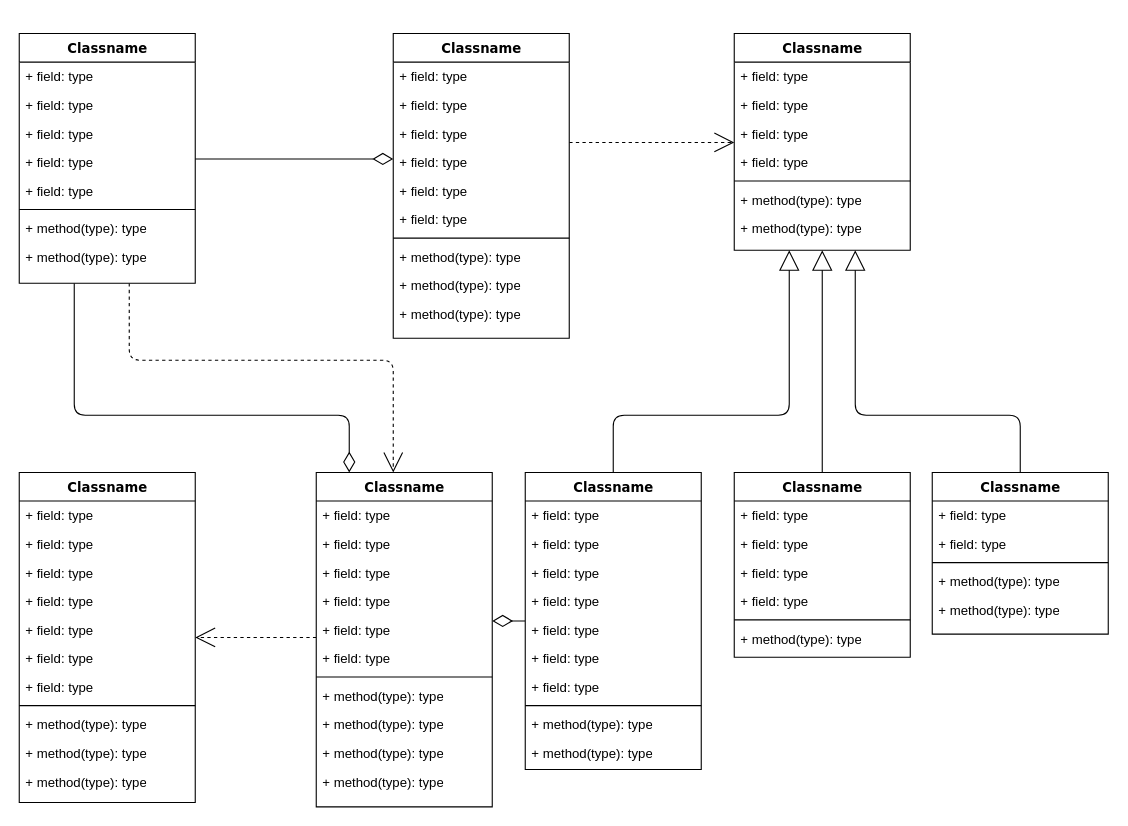
blagass/student-tracker keeps this draw.io diagram as TermTracker.drawio. Above is the earlier version. Source tidied: cells renumbered, new cells numbered last; positions are measured from the earlier drawing's top-left corner, leaving out a move shared by most shapes. Both pictures are drawn from the tidied source at 110%, with x=0, y=0 at pixel (19, 33).
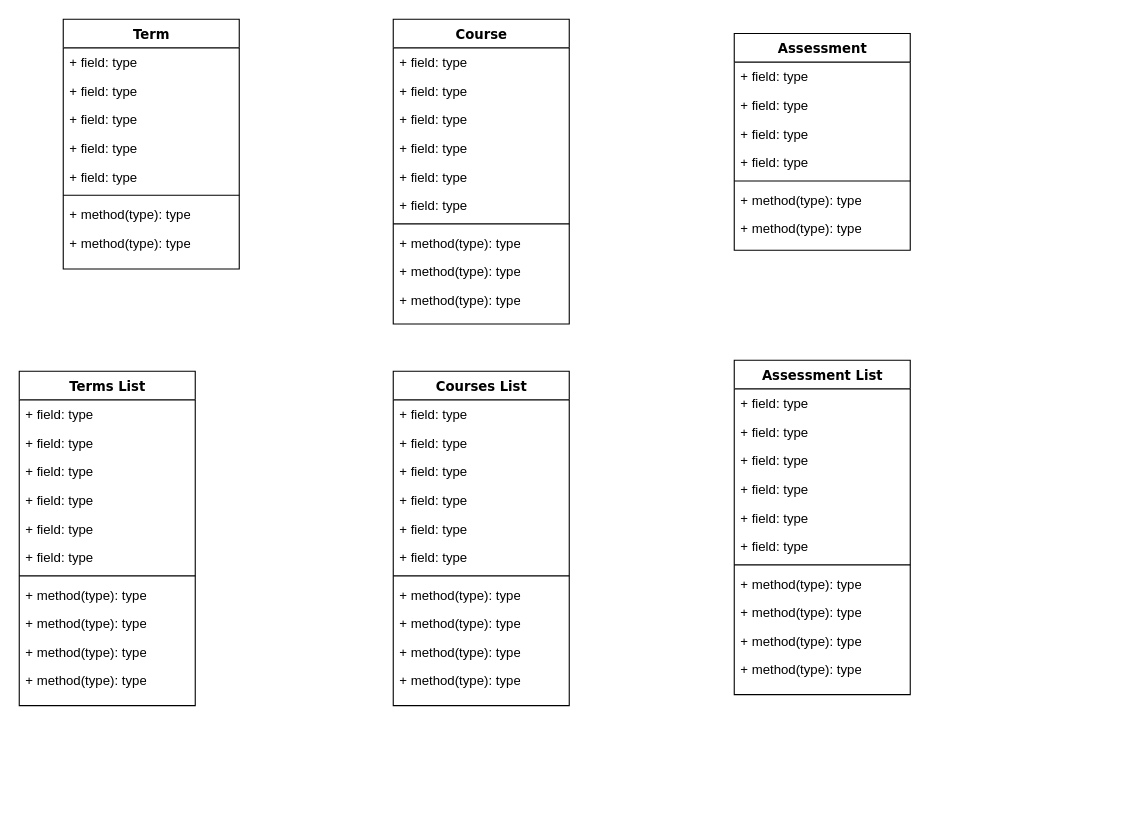
Above is the later version.

Diff of the diagram source:
```diff
@@
-    <mxCell id="2" style="edgeStyle=orthogonalEdgeStyle;html=1;labelBackgroundColor=none;startFill=0;startSize=8;endArrow=open;endFill=0;endSize=16;fontFamily=Verdana;fontSize=12;dashed=1;" parent="1" edge="1" source="4" target="47">
-      <mxGeometry relative="1" as="geometry">
-        <Array as="points">
-          <mxPoint x="100" y="297" />
-          <mxPoint x="340" y="297" />
-        </Array>
-      </mxGeometry>
-    </mxCell>
-    <mxCell id="3" style="edgeStyle=orthogonalEdgeStyle;html=1;labelBackgroundColor=none;startFill=0;startSize=8;endArrow=diamondThin;endFill=0;endSize=16;fontFamily=Verdana;fontSize=12;" parent="1" edge="1" source="4" target="47">
-      <mxGeometry relative="1" as="geometry">
-        <Array as="points">
-          <mxPoint x="50" y="347" />
-          <mxPoint x="300" y="347" />
-        </Array>
-      </mxGeometry>
-    </mxCell>
-    <mxCell id="4" value="Classname" style="swimlane;html=1;fontStyle=1;align=center;verticalAlign=top;horizontal=1;startSize=26;swimlaneFillColor=#ffffff;rounded=0;shadow=0;comic=0;labelBackgroundColor=none;strokeWidth=1;fillColor=none;fontFamily=Verdana;fontSize=12;" parent="1" vertex="1">
-      <mxGeometry width="160" height="227" as="geometry" />
+    <mxCell id="4" value="Term" style="swimlane;html=1;fontStyle=1;align=center;verticalAlign=top;horizontal=1;startSize=26;swimlaneFillColor=#ffffff;rounded=0;shadow=0;comic=0;labelBackgroundColor=none;strokeWidth=1;fillColor=none;fontFamily=Verdana;fontSize=12;" parent="1" vertex="1">
+      <mxGeometry x="40" y="-13" width="160" height="227" as="geometry" />
     </mxCell>
@@
-    <mxCell id="13" style="edgeStyle=elbowEdgeStyle;html=1;labelBackgroundColor=none;startFill=0;startSize=8;endArrow=open;endFill=0;endSize=16;fontFamily=Verdana;fontSize=12;elbow=vertical;dashed=1;" parent="1" edge="1" source="14" target="25">
-      <mxGeometry relative="1" as="geometry" />
-    </mxCell>
-    <mxCell id="14" value="Classname" style="swimlane;html=1;fontStyle=1;align=center;verticalAlign=top;horizontal=1;startSize=26;swimlaneFillColor=#ffffff;rounded=0;shadow=0;comic=0;labelBackgroundColor=none;strokeWidth=1;fillColor=none;fontFamily=Verdana;fontSize=12;" parent="1" vertex="1">
-      <mxGeometry x="340" width="160" height="277" as="geometry" />
+    <mxCell id="14" value="Course" style="swimlane;html=1;fontStyle=1;align=center;verticalAlign=top;horizontal=1;startSize=26;swimlaneFillColor=#ffffff;rounded=0;shadow=0;comic=0;labelBackgroundColor=none;strokeWidth=1;fillColor=none;fontFamily=Verdana;fontSize=12;" parent="1" vertex="1">
+      <mxGeometry x="340" y="-13" width="160" height="277" as="geometry" />
     </mxCell>
@@
-    <mxCell id="25" value="Classname" style="swimlane;html=1;fontStyle=1;align=center;verticalAlign=top;horizontal=1;startSize=26;swimlaneFillColor=#ffffff;rounded=0;shadow=0;comic=0;labelBackgroundColor=none;strokeWidth=1;fillColor=none;fontFamily=Verdana;fontSize=12;" parent="1" vertex="1">
+    <mxCell id="25" value="Assessment" style="swimlane;html=1;fontStyle=1;align=center;verticalAlign=top;horizontal=1;startSize=26;swimlaneFillColor=#ffffff;rounded=0;shadow=0;comic=0;labelBackgroundColor=none;strokeWidth=1;fillColor=none;fontFamily=Verdana;fontSize=12;" parent="1" vertex="1">
       <mxGeometry x="650" width="160" height="197" as="geometry" />
     </mxCell>
@@
-    <mxCell id="33" style="edgeStyle=elbowEdgeStyle;html=1;labelBackgroundColor=none;startFill=0;startSize=8;endArrow=open;endFill=0;endSize=16;fontFamily=Verdana;fontSize=12;elbow=vertical;dashed=1;" parent="1" edge="1" source="47" target="34">
-      <mxGeometry relative="1" as="geometry" />
-    </mxCell>
-    <mxCell id="34" value="Classname" style="swimlane;html=1;fontStyle=1;align=center;verticalAlign=top;horizontal=1;startSize=26;swimlaneFillColor=#ffffff;rounded=0;shadow=0;comic=0;labelBackgroundColor=none;strokeWidth=1;fillColor=none;fontFamily=Verdana;fontSize=12;" parent="1" vertex="1">
-      <mxGeometry y="399" width="160" height="300" as="geometry" />
-    </mxCell>
-    <mxCell id="35" value="+ field: type" style="text;html=1;strokeColor=none;fillColor=none;align=left;verticalAlign=top;spacingLeft=4;spacingRight=4;whiteSpace=wrap;overflow=hidden;" parent="34" vertex="1">
-      <mxGeometry y="26" width="160" height="26" as="geometry" />
-    </mxCell>
-    <mxCell id="36" value="+ field: type" style="text;html=1;strokeColor=none;fillColor=none;align=left;verticalAlign=top;spacingLeft=4;spacingRight=4;whiteSpace=wrap;overflow=hidden;" parent="34" vertex="1">
-      <mxGeometry y="52" width="160" height="26" as="geometry" />
-    </mxCell>
-    <mxCell id="37" value="+ field: type" style="text;html=1;strokeColor=none;fillColor=none;align=left;verticalAlign=top;spacingLeft=4;spacingRight=4;whiteSpace=wrap;overflow=hidden;" parent="34" vertex="1">
-      <mxGeometry y="78" width="160" height="26" as="geometry" />
-    </mxCell>
-    <mxCell id="38" value="+ field: type" style="text;html=1;strokeColor=none;fillColor=none;align=left;verticalAlign=top;spacingLeft=4;spacingRight=4;whiteSpace=wrap;overflow=hidden;" parent="34" vertex="1">
-      <mxGeometry y="104" width="160" height="26" as="geometry" />
-    </mxCell>
-    <mxCell id="39" value="+ field: type" style="text;html=1;strokeColor=none;fillColor=none;align=left;verticalAlign=top;spacingLeft=4;spacingRight=4;whiteSpace=wrap;overflow=hidden;" parent="34" vertex="1">
-      <mxGeometry y="130" width="160" height="26" as="geometry" />
-    </mxCell>
-    <mxCell id="40" value="+ field: type" style="text;html=1;strokeColor=none;fillColor=none;align=left;verticalAlign=top;spacingLeft=4;spacingRight=4;whiteSpace=wrap;overflow=hidden;" parent="34" vertex="1">
-      <mxGeometry y="156" width="160" height="26" as="geometry" />
-    </mxCell>
-    <mxCell id="41" value="+ field: type" style="text;html=1;strokeColor=none;fillColor=none;align=left;verticalAlign=top;spacingLeft=4;spacingRight=4;whiteSpace=wrap;overflow=hidden;" parent="34" vertex="1">
-      <mxGeometry y="182" width="160" height="26" as="geometry" />
-    </mxCell>
-    <mxCell id="42" style="line;html=1;strokeWidth=1;fillColor=none;align=left;verticalAlign=middle;spacingTop=-1;spacingLeft=3;spacingRight=3;labelPosition=right;" parent="34" vertex="1">
-      <mxGeometry y="208" width="160" height="8" as="geometry" />
-    </mxCell>
-    <mxCell id="43" value="+ method(type): type" style="text;html=1;strokeColor=none;fillColor=none;align=left;verticalAlign=top;spacingLeft=4;spacingRight=4;whiteSpace=wrap;overflow=hidden;" parent="34" vertex="1">
-      <mxGeometry y="216" width="160" height="26" as="geometry" />
-    </mxCell>
-    <mxCell id="44" value="+ method(type): type" style="text;html=1;strokeColor=none;fillColor=none;align=left;verticalAlign=top;spacingLeft=4;spacingRight=4;whiteSpace=wrap;overflow=hidden;" parent="34" vertex="1">
-      <mxGeometry y="242" width="160" height="26" as="geometry" />
-    </mxCell>
-    <mxCell id="45" value="+ method(type): type" style="text;html=1;strokeColor=none;fillColor=none;align=left;verticalAlign=top;spacingLeft=4;spacingRight=4;whiteSpace=wrap;overflow=hidden;" parent="34" vertex="1">
-      <mxGeometry y="268" width="160" height="26" as="geometry" />
-    </mxCell>
-    <mxCell id="46" style="edgeStyle=elbowEdgeStyle;html=1;labelBackgroundColor=none;startFill=0;startSize=8;endArrow=diamondThin;endFill=0;endSize=16;fontFamily=Verdana;fontSize=12;elbow=vertical;" parent="1" edge="1" source="60" target="47">
-      <mxGeometry relative="1" as="geometry" />
-    </mxCell>
-    <mxCell id="47" value="Classname" style="swimlane;html=1;fontStyle=1;align=center;verticalAlign=top;horizontal=1;startSize=26;swimlaneFillColor=#ffffff;rounded=0;shadow=0;comic=0;labelBackgroundColor=none;strokeWidth=1;fillColor=none;fontFamily=Verdana;fontSize=12;" parent="1" vertex="1">
-      <mxGeometry x="270" y="399" width="160" height="304" as="geometry" />
+    <mxCell id="47" value="Terms List" style="swimlane;html=1;fontStyle=1;align=center;verticalAlign=top;horizontal=1;startSize=26;swimlaneFillColor=#ffffff;rounded=0;shadow=0;comic=0;labelBackgroundColor=none;strokeWidth=1;fillColor=none;fontFamily=Verdana;fontSize=12;" parent="1" vertex="1">
+      <mxGeometry y="307" width="160" height="304" as="geometry" />
     </mxCell>
@@
-    <mxCell id="59" style="edgeStyle=orthogonalEdgeStyle;html=1;labelBackgroundColor=none;startFill=0;startSize=8;endArrow=block;endFill=0;endSize=16;fontFamily=Verdana;fontSize=12;" parent="1" edge="1" source="60" target="25">
-      <mxGeometry relative="1" as="geometry">
-        <Array as="points">
-          <mxPoint x="540" y="347" />
-          <mxPoint x="700" y="347" />
-        </Array>
-      </mxGeometry>
-    </mxCell>
-    <mxCell id="60" value="Classname" style="swimlane;html=1;fontStyle=1;align=center;verticalAlign=top;horizontal=1;startSize=26;swimlaneFillColor=#ffffff;rounded=0;shadow=0;comic=0;labelBackgroundColor=none;strokeWidth=1;fillColor=none;fontFamily=Verdana;fontSize=12;" parent="1" vertex="1">
-      <mxGeometry x="460" y="399" width="160" height="270" as="geometry" />
-    </mxCell>
-    <mxCell id="61" value="+ field: type" style="text;html=1;strokeColor=none;fillColor=none;align=left;verticalAlign=top;spacingLeft=4;spacingRight=4;whiteSpace=wrap;overflow=hidden;" parent="60" vertex="1">
-      <mxGeometry y="26" width="160" height="26" as="geometry" />
-    </mxCell>
-    <mxCell id="62" value="+ field: type" style="text;html=1;strokeColor=none;fillColor=none;align=left;verticalAlign=top;spacingLeft=4;spacingRight=4;whiteSpace=wrap;overflow=hidden;" parent="60" vertex="1">
-      <mxGeometry y="52" width="160" height="26" as="geometry" />
-    </mxCell>
-    <mxCell id="63" value="+ field: type" style="text;html=1;strokeColor=none;fillColor=none;align=left;verticalAlign=top;spacingLeft=4;spacingRight=4;whiteSpace=wrap;overflow=hidden;" parent="60" vertex="1">
-      <mxGeometry y="78" width="160" height="26" as="geometry" />
-    </mxCell>
-    <mxCell id="64" value="+ field: type" style="text;html=1;strokeColor=none;fillColor=none;align=left;verticalAlign=top;spacingLeft=4;spacingRight=4;whiteSpace=wrap;overflow=hidden;" parent="60" vertex="1">
-      <mxGeometry y="104" width="160" height="26" as="geometry" />
-    </mxCell>
-    <mxCell id="65" value="+ field: type" style="text;html=1;strokeColor=none;fillColor=none;align=left;verticalAlign=top;spacingLeft=4;spacingRight=4;whiteSpace=wrap;overflow=hidden;" parent="60" vertex="1">
-      <mxGeometry y="130" width="160" height="26" as="geometry" />
-    </mxCell>
-    <mxCell id="66" value="+ field: type" style="text;html=1;strokeColor=none;fillColor=none;align=left;verticalAlign=top;spacingLeft=4;spacingRight=4;whiteSpace=wrap;overflow=hidden;" parent="60" vertex="1">
-      <mxGeometry y="156" width="160" height="26" as="geometry" />
-    </mxCell>
-    <mxCell id="67" value="+ field: type" style="text;html=1;strokeColor=none;fillColor=none;align=left;verticalAlign=top;spacingLeft=4;spacingRight=4;whiteSpace=wrap;overflow=hidden;" parent="60" vertex="1">
-      <mxGeometry y="182" width="160" height="26" as="geometry" />
-    </mxCell>
-    <mxCell id="68" style="line;html=1;strokeWidth=1;fillColor=none;align=left;verticalAlign=middle;spacingTop=-1;spacingLeft=3;spacingRight=3;labelPosition=right;" parent="60" vertex="1">
-      <mxGeometry y="208" width="160" height="8" as="geometry" />
-    </mxCell>
-    <mxCell id="69" value="+ method(type): type" style="text;html=1;strokeColor=none;fillColor=none;align=left;verticalAlign=top;spacingLeft=4;spacingRight=4;whiteSpace=wrap;overflow=hidden;" parent="60" vertex="1">
-      <mxGeometry y="216" width="160" height="26" as="geometry" />
-    </mxCell>
-    <mxCell id="70" value="+ method(type): type" style="text;html=1;strokeColor=none;fillColor=none;align=left;verticalAlign=top;spacingLeft=4;spacingRight=4;whiteSpace=wrap;overflow=hidden;" parent="60" vertex="1">
-      <mxGeometry y="242" width="160" height="26" as="geometry" />
-    </mxCell>
-    <mxCell id="71" style="edgeStyle=orthogonalEdgeStyle;html=1;labelBackgroundColor=none;startFill=0;startSize=8;endArrow=block;endFill=0;endSize=16;fontFamily=Verdana;fontSize=12;" parent="1" edge="1" source="72" target="25">
-      <mxGeometry relative="1" as="geometry" />
-    </mxCell>
-    <mxCell id="72" value="Classname" style="swimlane;html=1;fontStyle=1;align=center;verticalAlign=top;horizontal=1;startSize=26;swimlaneFillColor=#ffffff;rounded=0;shadow=0;comic=0;labelBackgroundColor=none;strokeWidth=1;fillColor=none;fontFamily=Verdana;fontSize=12;" parent="1" vertex="1">
-      <mxGeometry x="650" y="399" width="160" height="168" as="geometry" />
-    </mxCell>
-    <mxCell id="73" value="+ field: type" style="text;html=1;strokeColor=none;fillColor=none;align=left;verticalAlign=top;spacingLeft=4;spacingRight=4;whiteSpace=wrap;overflow=hidden;" parent="72" vertex="1">
-      <mxGeometry y="26" width="160" height="26" as="geometry" />
-    </mxCell>
-    <mxCell id="74" value="+ field: type" style="text;html=1;strokeColor=none;fillColor=none;align=left;verticalAlign=top;spacingLeft=4;spacingRight=4;whiteSpace=wrap;overflow=hidden;" parent="72" vertex="1">
-      <mxGeometry y="52" width="160" height="26" as="geometry" />
-    </mxCell>
-    <mxCell id="75" value="+ field: type" style="text;html=1;strokeColor=none;fillColor=none;align=left;verticalAlign=top;spacingLeft=4;spacingRight=4;whiteSpace=wrap;overflow=hidden;" parent="72" vertex="1">
-      <mxGeometry y="78" width="160" height="26" as="geometry" />
-    </mxCell>
-    <mxCell id="76" value="+ field: type" style="text;html=1;strokeColor=none;fillColor=none;align=left;verticalAlign=top;spacingLeft=4;spacingRight=4;whiteSpace=wrap;overflow=hidden;" parent="72" vertex="1">
-      <mxGeometry y="104" width="160" height="26" as="geometry" />
-    </mxCell>
-    <mxCell id="77" style="line;html=1;strokeWidth=1;fillColor=none;align=left;verticalAlign=middle;spacingTop=-1;spacingLeft=3;spacingRight=3;labelPosition=right;" parent="72" vertex="1">
-      <mxGeometry y="130" width="160" height="8" as="geometry" />
-    </mxCell>
-    <mxCell id="78" value="+ method(type): type" style="text;html=1;strokeColor=none;fillColor=none;align=left;verticalAlign=top;spacingLeft=4;spacingRight=4;whiteSpace=wrap;overflow=hidden;" parent="72" vertex="1">
-      <mxGeometry y="138" width="160" height="26" as="geometry" />
-    </mxCell>
-    <mxCell id="79" style="edgeStyle=orthogonalEdgeStyle;html=1;labelBackgroundColor=none;startFill=0;startSize=8;endArrow=block;endFill=0;endSize=16;fontFamily=Verdana;fontSize=12;" parent="1" edge="1" source="80" target="25">
-      <mxGeometry relative="1" as="geometry">
-        <Array as="points">
-          <mxPoint x="910" y="347" />
-          <mxPoint x="760" y="347" />
-        </Array>
-      </mxGeometry>
-    </mxCell>
-    <mxCell id="80" value="Classname" style="swimlane;html=1;fontStyle=1;align=center;verticalAlign=top;horizontal=1;startSize=26;swimlaneFillColor=#ffffff;rounded=0;shadow=0;comic=0;labelBackgroundColor=none;strokeWidth=1;fillColor=none;fontFamily=Verdana;fontSize=12;" parent="1" vertex="1">
-      <mxGeometry x="830" y="399" width="160" height="147" as="geometry" />
-    </mxCell>
-    <mxCell id="81" value="+ field: type" style="text;html=1;strokeColor=none;fillColor=none;align=left;verticalAlign=top;spacingLeft=4;spacingRight=4;whiteSpace=wrap;overflow=hidden;" parent="80" vertex="1">
-      <mxGeometry y="26" width="160" height="26" as="geometry" />
-    </mxCell>
-    <mxCell id="82" value="+ field: type" style="text;html=1;strokeColor=none;fillColor=none;align=left;verticalAlign=top;spacingLeft=4;spacingRight=4;whiteSpace=wrap;overflow=hidden;" parent="80" vertex="1">
-      <mxGeometry y="52" width="160" height="26" as="geometry" />
-    </mxCell>
-    <mxCell id="83" style="line;html=1;strokeWidth=1;fillColor=none;align=left;verticalAlign=middle;spacingTop=-1;spacingLeft=3;spacingRight=3;labelPosition=right;" parent="80" vertex="1">
-      <mxGeometry y="78" width="160" height="8" as="geometry" />
-    </mxCell>
-    <mxCell id="84" value="+ method(type): type" style="text;html=1;strokeColor=none;fillColor=none;align=left;verticalAlign=top;spacingLeft=4;spacingRight=4;whiteSpace=wrap;overflow=hidden;" parent="80" vertex="1">
-      <mxGeometry y="86" width="160" height="26" as="geometry" />
-    </mxCell>
-    <mxCell id="85" value="+ method(type): type" style="text;html=1;strokeColor=none;fillColor=none;align=left;verticalAlign=top;spacingLeft=4;spacingRight=4;whiteSpace=wrap;overflow=hidden;" parent="80" vertex="1">
-      <mxGeometry y="112" width="160" height="26" as="geometry" />
-    </mxCell>
-    <mxCell id="86" style="edgeStyle=elbowEdgeStyle;html=1;labelBackgroundColor=none;startFill=0;startSize=8;endArrow=diamondThin;endFill=0;endSize=16;fontFamily=Verdana;fontSize=12;elbow=vertical;" parent="1" edge="1" source="4" target="14">
-      <mxGeometry relative="1" as="geometry" />
-    </mxCell>
+    <mxCell id="87" value="Courses List&lt;div&gt;&lt;br&gt;&lt;/div&gt;" style="swimlane;html=1;fontStyle=1;align=center;verticalAlign=top;horizontal=1;startSize=26;swimlaneFillColor=#ffffff;rounded=0;shadow=0;comic=0;labelBackgroundColor=none;strokeWidth=1;fillColor=none;fontFamily=Verdana;fontSize=12;" parent="1" vertex="1">
+      <mxGeometry x="340" y="307" width="160" height="304" as="geometry" />
+    </mxCell>
+    <mxCell id="88" value="+ field: type" style="text;html=1;strokeColor=none;fillColor=none;align=left;verticalAlign=top;spacingLeft=4;spacingRight=4;whiteSpace=wrap;overflow=hidden;" parent="87" vertex="1">
+      <mxGeometry y="26" width="160" height="26" as="geometry" />
+    </mxCell>
+    <mxCell id="89" value="+ field: type" style="text;html=1;strokeColor=none;fillColor=none;align=left;verticalAlign=top;spacingLeft=4;spacingRight=4;whiteSpace=wrap;overflow=hidden;" parent="87" vertex="1">
+      <mxGeometry y="52" width="160" height="26" as="geometry" />
+    </mxCell>
+    <mxCell id="90" value="+ field: type" style="text;html=1;strokeColor=none;fillColor=none;align=left;verticalAlign=top;spacingLeft=4;spacingRight=4;whiteSpace=wrap;overflow=hidden;" parent="87" vertex="1">
+      <mxGeometry y="78" width="160" height="26" as="geometry" />
+    </mxCell>
+    <mxCell id="91" value="+ field: type" style="text;html=1;strokeColor=none;fillColor=none;align=left;verticalAlign=top;spacingLeft=4;spacingRight=4;whiteSpace=wrap;overflow=hidden;" parent="87" vertex="1">
+      <mxGeometry y="104" width="160" height="26" as="geometry" />
+    </mxCell>
+    <mxCell id="92" value="+ field: type" style="text;html=1;strokeColor=none;fillColor=none;align=left;verticalAlign=top;spacingLeft=4;spacingRight=4;whiteSpace=wrap;overflow=hidden;" parent="87" vertex="1">
+      <mxGeometry y="130" width="160" height="26" as="geometry" />
+    </mxCell>
+    <mxCell id="93" value="+ field: type" style="text;html=1;strokeColor=none;fillColor=none;align=left;verticalAlign=top;spacingLeft=4;spacingRight=4;whiteSpace=wrap;overflow=hidden;" parent="87" vertex="1">
+      <mxGeometry y="156" width="160" height="26" as="geometry" />
+    </mxCell>
+    <mxCell id="94" style="line;html=1;strokeWidth=1;fillColor=none;align=left;verticalAlign=middle;spacingTop=-1;spacingLeft=3;spacingRight=3;labelPosition=right;" parent="87" vertex="1">
+      <mxGeometry y="182" width="160" height="8" as="geometry" />
+    </mxCell>
+    <mxCell id="95" value="+ method(type): type" style="text;html=1;strokeColor=none;fillColor=none;align=left;verticalAlign=top;spacingLeft=4;spacingRight=4;whiteSpace=wrap;overflow=hidden;" parent="87" vertex="1">
+      <mxGeometry y="190" width="160" height="26" as="geometry" />
+    </mxCell>
+    <mxCell id="96" value="+ method(type): type" style="text;html=1;strokeColor=none;fillColor=none;align=left;verticalAlign=top;spacingLeft=4;spacingRight=4;whiteSpace=wrap;overflow=hidden;" parent="87" vertex="1">
+      <mxGeometry y="216" width="160" height="26" as="geometry" />
+    </mxCell>
+    <mxCell id="97" value="+ method(type): type" style="text;html=1;strokeColor=none;fillColor=none;align=left;verticalAlign=top;spacingLeft=4;spacingRight=4;whiteSpace=wrap;overflow=hidden;" parent="87" vertex="1">
+      <mxGeometry y="242" width="160" height="26" as="geometry" />
+    </mxCell>
+    <mxCell id="98" value="+ method(type): type" style="text;html=1;strokeColor=none;fillColor=none;align=left;verticalAlign=top;spacingLeft=4;spacingRight=4;whiteSpace=wrap;overflow=hidden;" parent="87" vertex="1">
+      <mxGeometry y="268" width="160" height="26" as="geometry" />
+    </mxCell>
+    <mxCell id="99" value="&lt;div&gt;Assessment List&lt;/div&gt;" style="swimlane;html=1;fontStyle=1;align=center;verticalAlign=top;horizontal=1;startSize=26;swimlaneFillColor=#ffffff;rounded=0;shadow=0;comic=0;labelBackgroundColor=none;strokeWidth=1;fillColor=none;fontFamily=Verdana;fontSize=12;" parent="1" vertex="1">
+      <mxGeometry x="650" y="297" width="160" height="304" as="geometry" />
+    </mxCell>
+    <mxCell id="100" value="+ field: type" style="text;html=1;strokeColor=none;fillColor=none;align=left;verticalAlign=top;spacingLeft=4;spacingRight=4;whiteSpace=wrap;overflow=hidden;" parent="99" vertex="1">
+      <mxGeometry y="26" width="160" height="26" as="geometry" />
+    </mxCell>
+    <mxCell id="101" value="+ field: type" style="text;html=1;strokeColor=none;fillColor=none;align=left;verticalAlign=top;spacingLeft=4;spacingRight=4;whiteSpace=wrap;overflow=hidden;" parent="99" vertex="1">
+      <mxGeometry y="52" width="160" height="26" as="geometry" />
+    </mxCell>
+    <mxCell id="102" value="+ field: type" style="text;html=1;strokeColor=none;fillColor=none;align=left;verticalAlign=top;spacingLeft=4;spacingRight=4;whiteSpace=wrap;overflow=hidden;" parent="99" vertex="1">
+      <mxGeometry y="78" width="160" height="26" as="geometry" />
+    </mxCell>
+    <mxCell id="103" value="+ field: type" style="text;html=1;strokeColor=none;fillColor=none;align=left;verticalAlign=top;spacingLeft=4;spacingRight=4;whiteSpace=wrap;overflow=hidden;" parent="99" vertex="1">
+      <mxGeometry y="104" width="160" height="26" as="geometry" />
+    </mxCell>
+    <mxCell id="104" value="+ field: type" style="text;html=1;strokeColor=none;fillColor=none;align=left;verticalAlign=top;spacingLeft=4;spacingRight=4;whiteSpace=wrap;overflow=hidden;" parent="99" vertex="1">
+      <mxGeometry y="130" width="160" height="26" as="geometry" />
+    </mxCell>
+    <mxCell id="105" value="+ field: type" style="text;html=1;strokeColor=none;fillColor=none;align=left;verticalAlign=top;spacingLeft=4;spacingRight=4;whiteSpace=wrap;overflow=hidden;" parent="99" vertex="1">
+      <mxGeometry y="156" width="160" height="26" as="geometry" />
+    </mxCell>
+    <mxCell id="106" style="line;html=1;strokeWidth=1;fillColor=none;align=left;verticalAlign=middle;spacingTop=-1;spacingLeft=3;spacingRight=3;labelPosition=right;" parent="99" vertex="1">
+      <mxGeometry y="182" width="160" height="8" as="geometry" />
+    </mxCell>
+    <mxCell id="107" value="+ method(type): type" style="text;html=1;strokeColor=none;fillColor=none;align=left;verticalAlign=top;spacingLeft=4;spacingRight=4;whiteSpace=wrap;overflow=hidden;" parent="99" vertex="1">
+      <mxGeometry y="190" width="160" height="26" as="geometry" />
+    </mxCell>
+    <mxCell id="108" value="+ method(type): type" style="text;html=1;strokeColor=none;fillColor=none;align=left;verticalAlign=top;spacingLeft=4;spacingRight=4;whiteSpace=wrap;overflow=hidden;" parent="99" vertex="1">
+      <mxGeometry y="216" width="160" height="26" as="geometry" />
+    </mxCell>
+    <mxCell id="109" value="+ method(type): type" style="text;html=1;strokeColor=none;fillColor=none;align=left;verticalAlign=top;spacingLeft=4;spacingRight=4;whiteSpace=wrap;overflow=hidden;" parent="99" vertex="1">
+      <mxGeometry y="242" width="160" height="26" as="geometry" />
+    </mxCell>
+    <mxCell id="110" value="+ method(type): type" style="text;html=1;strokeColor=none;fillColor=none;align=left;verticalAlign=top;spacingLeft=4;spacingRight=4;whiteSpace=wrap;overflow=hidden;" parent="99" vertex="1">
+      <mxGeometry y="268" width="160" height="26" as="geometry" />
+    </mxCell>
```
